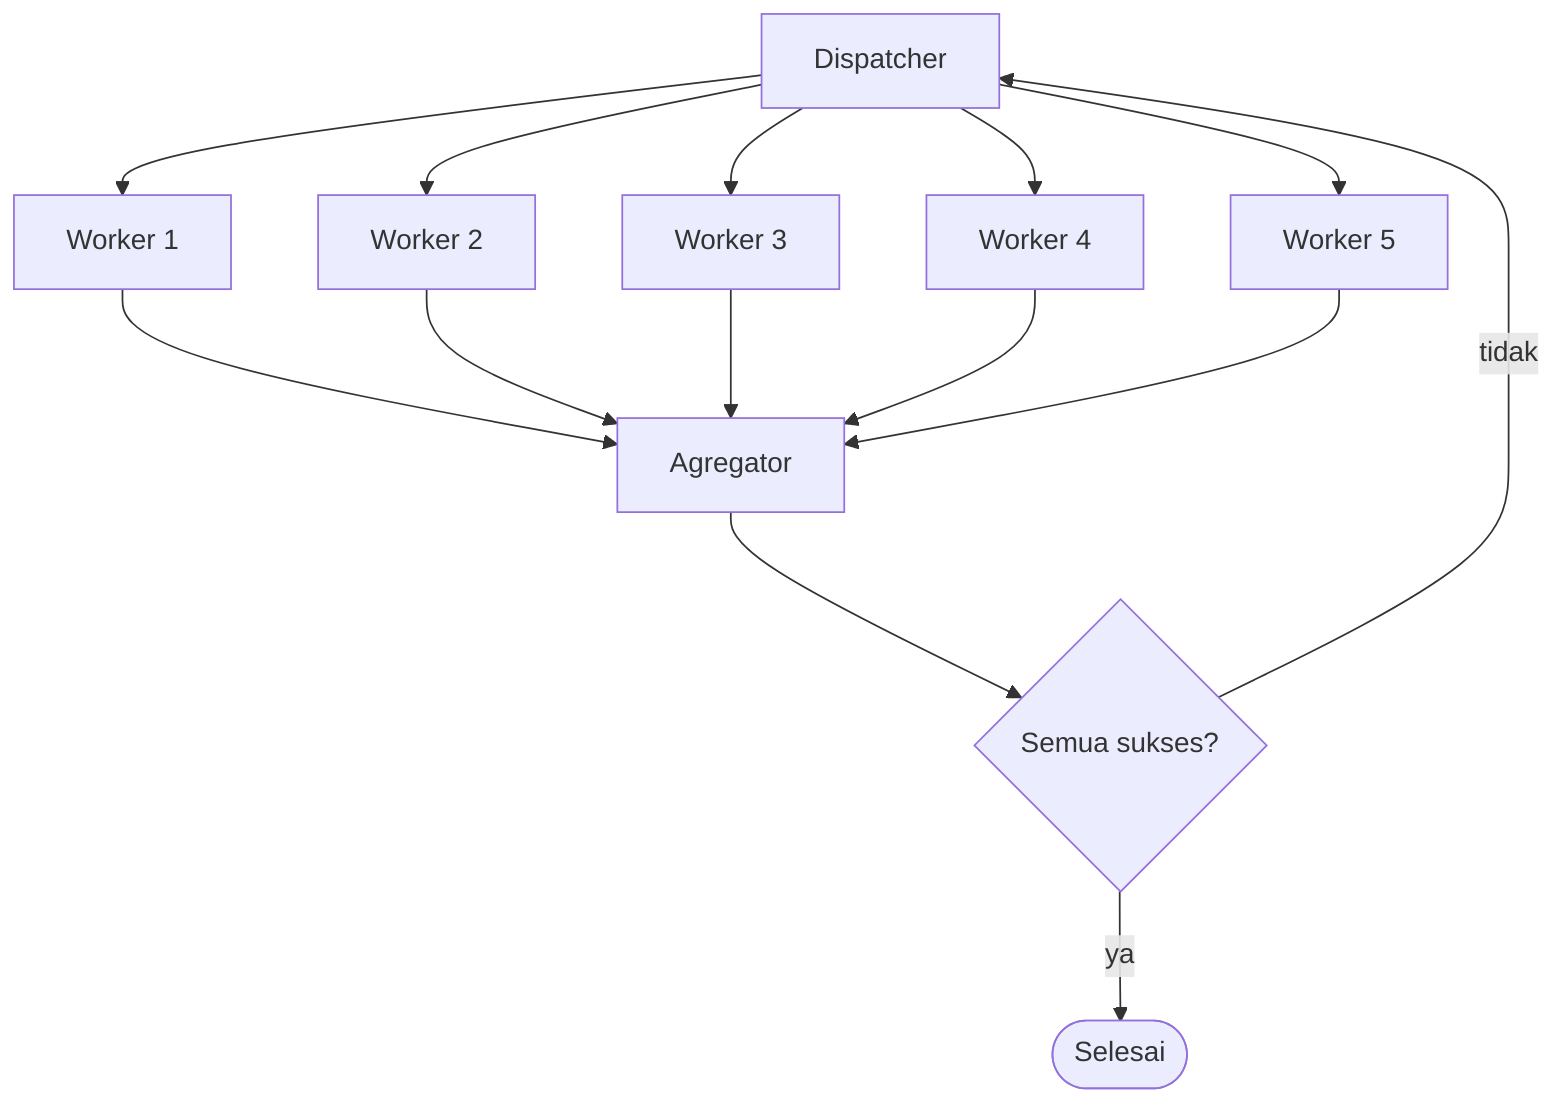
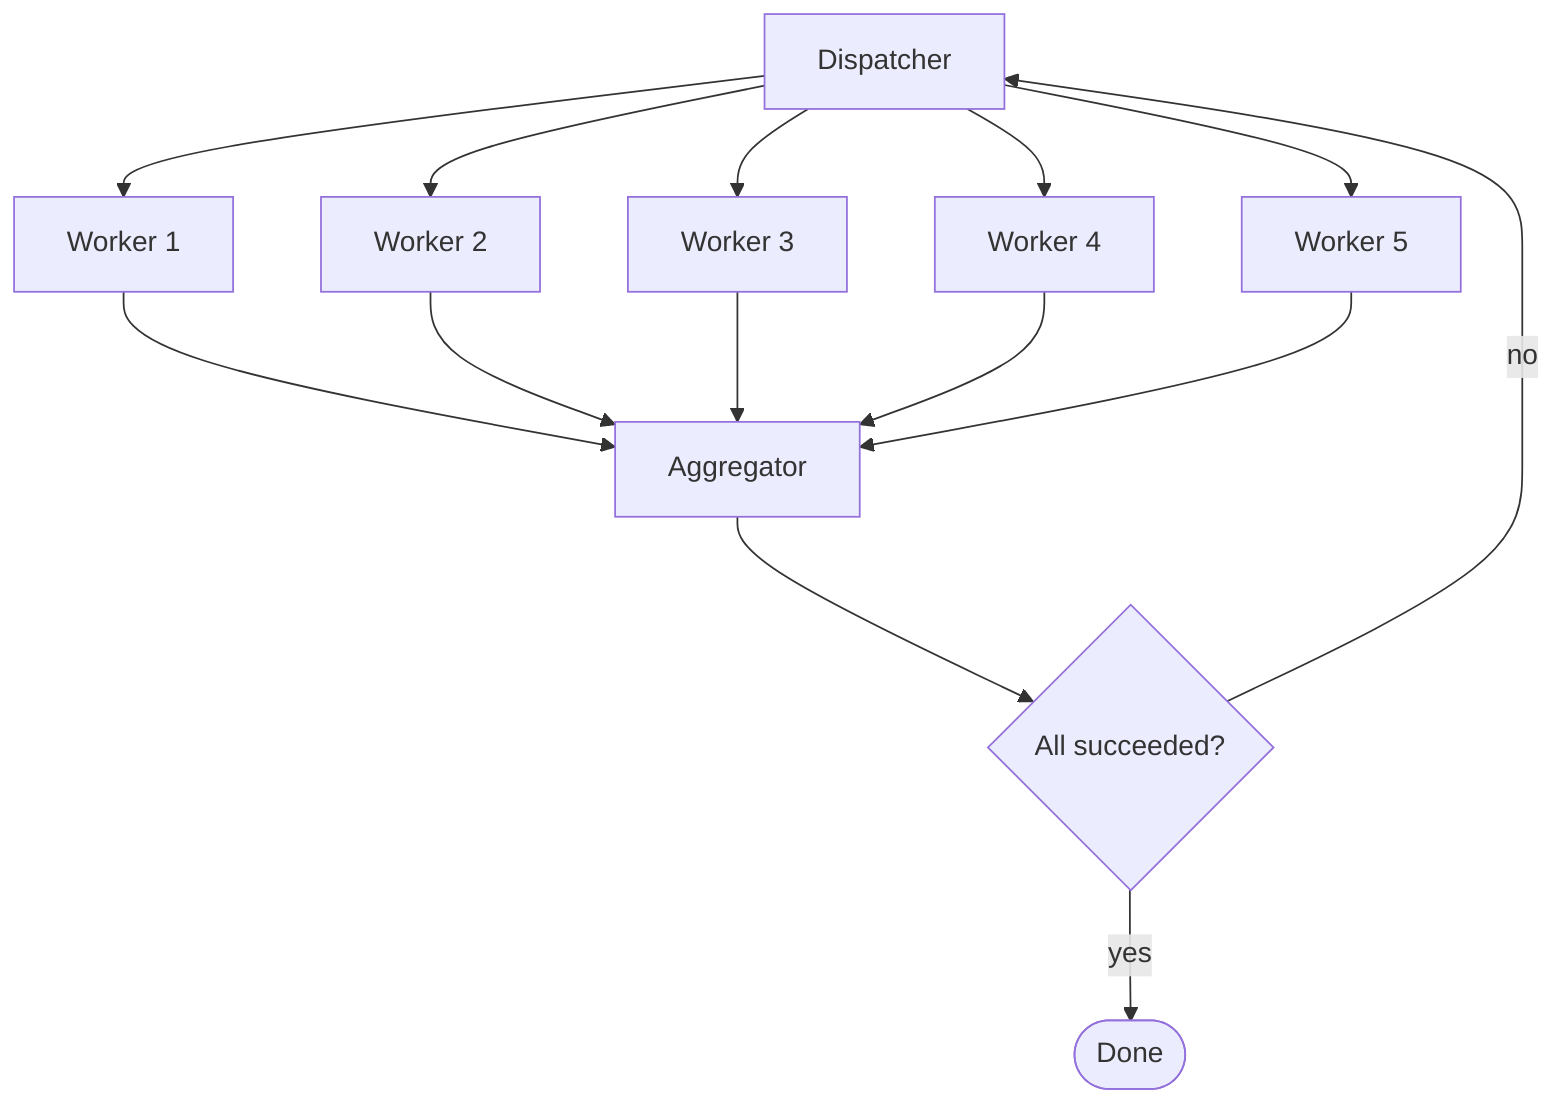
flowchart TD
    A[Dispatcher] --> B1[Worker 1]
    A --> B2[Worker 2]
    A --> B3[Worker 3]
    A --> B4[Worker 4]
    A --> B5[Worker 5]
-     B1 --> C[Agregator]
+     B1 --> C[Aggregator]
    B2 --> C
    B3 --> C
    B4 --> C
    B5 --> C
-     C --> D{Semua sukses?}
-     D -->|ya| E([Selesai])
-     D -->|tidak| A
+     C --> D{All succeeded?}
+     D -->|yes| E([Done])
+     D -->|no| A
